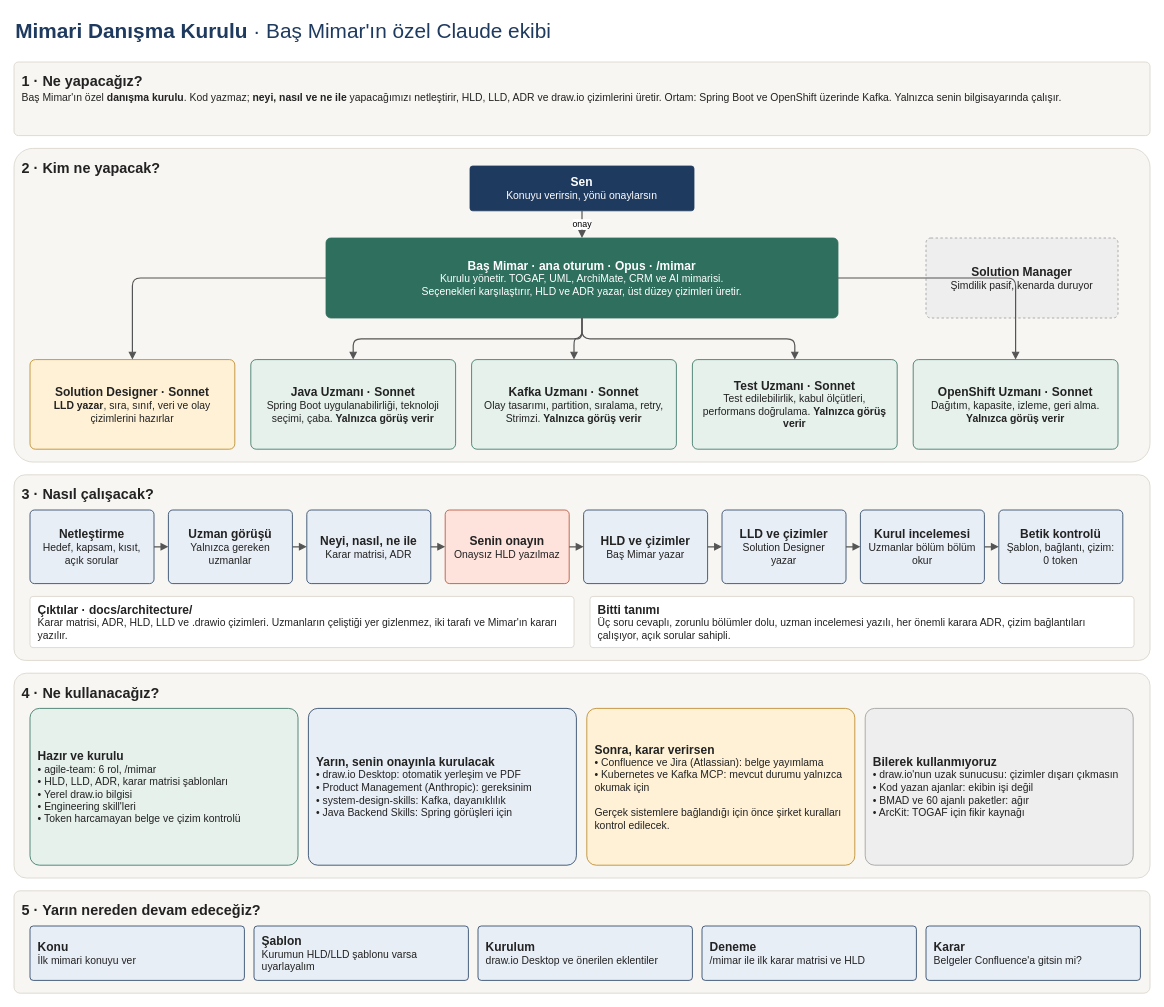
Before: docs/architecture/ekip-plani.drawio in TheNativeStranger/agile-team, a draw.io diagram. Source tidied: cells renumbered, new cells numbered last; positions are measured from the earlier drawing's top-left corner, leaving out a move shared by most shapes. Both pictures are drawn from the tidied source at 80%, with x=0, y=0 at pixel (14, 14).
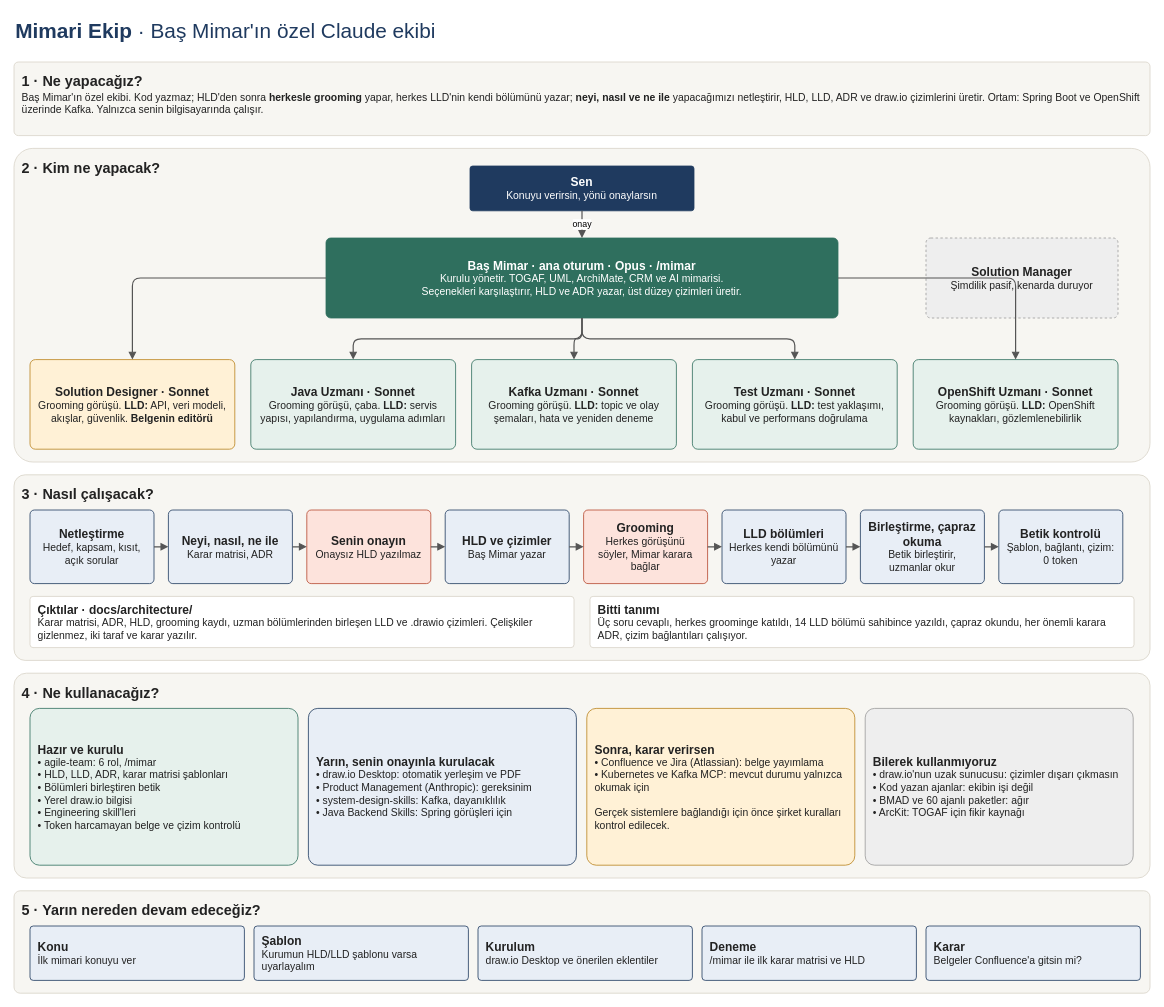
The same page after the edit.

Diff of the diagram source:
```diff
@@
-    <mxCell id="2" value="&lt;b&gt;Mimari Danışma Kurulu&lt;/b&gt; · Baş Mimar'ın özel Claude ekibi" style="text;html=1;fontSize=26;fontColor=#1f3a5f;align=left;verticalAlign=middle;" parent="1" vertex="1">
+    <mxCell id="2" value="&lt;b&gt;Mimari Ekip&lt;/b&gt; · Baş Mimar'ın özel Claude ekibi" style="text;html=1;fontSize=26;fontColor=#1f3a5f;align=left;verticalAlign=middle;" parent="1" vertex="1">
       <mxGeometry width="1200" height="44" as="geometry" />
     </mxCell>
-    <mxCell id="3" value="&lt;font style='font-size:18px'&gt;&lt;b&gt;1 · Ne yapacağız?&lt;/b&gt;&lt;/font&gt;&lt;br&gt;Baş Mimar'ın özel &lt;b&gt;danışma kurulu&lt;/b&gt;. Kod yazmaz; &lt;b&gt;neyi, nasıl ve ne ile&lt;/b&gt; yapacağımızı netleştirir, HLD, LLD, ADR ve draw.io çizimlerini üretir. Ortam: Spring Boot ve OpenShift üzerinde Kafka. Yalnızca senin bilgisayarında çalışır." style="rounded=1;arcSize=6;whiteSpace=wrap;html=1;fillColor=#f7f6f2;strokeColor=#d8d4c8;fontColor=#222222;fontSize=13;align=left;verticalAlign=top;spacing=10;" parent="1" vertex="1">
+    <mxCell id="3" value="&lt;font style='font-size:18px'&gt;&lt;b&gt;1 · Ne yapacağız?&lt;/b&gt;&lt;/font&gt;&lt;br&gt;Baş Mimar'ın özel ekibi. Kod yazmaz; HLD'den sonra &lt;b&gt;herkesle grooming&lt;/b&gt; yapar, herkes LLD'nin kendi bölümünü yazar; &lt;b&gt;neyi, nasıl ve ne ile&lt;/b&gt; yapacağımızı netleştirir, HLD, LLD, ADR ve draw.io çizimlerini üretir. Ortam: Spring Boot ve OpenShift üzerinde Kafka. Yalnızca senin bilgisayarında çalışır." style="rounded=1;arcSize=6;whiteSpace=wrap;html=1;fillColor=#f7f6f2;strokeColor=#d8d4c8;fontColor=#222222;fontSize=13;align=left;verticalAlign=top;spacing=10;" parent="1" vertex="1">
       <mxGeometry y="60" width="1420" height="92" as="geometry" />
     </mxCell>
@@
-    <mxCell id="8" value="&lt;font style='font-size:15px'&gt;&lt;b&gt;Solution Designer · Sonnet&lt;/b&gt;&lt;/font&gt;&lt;br&gt;&lt;b&gt;LLD yazar&lt;/b&gt;, sıra, sınıf, veri ve olay çizimlerini hazırlar" style="rounded=1;arcSize=6;whiteSpace=wrap;html=1;fillColor=#fff1d6;strokeColor=#b9831f;fontColor=#222222;fontSize=13;align=center;verticalAlign=middle;spacing=10;" parent="1" vertex="1">
+    <mxCell id="8" value="&lt;font style='font-size:15px'&gt;&lt;b&gt;Solution Designer · Sonnet&lt;/b&gt;&lt;/font&gt;&lt;br&gt;Grooming görüşü. &lt;b&gt;LLD:&lt;/b&gt; API, veri modeli, akışlar, güvenlik. &lt;b&gt;Belgenin editörü&lt;/b&gt;" style="rounded=1;arcSize=6;whiteSpace=wrap;html=1;fillColor=#fff1d6;strokeColor=#b9831f;fontColor=#222222;fontSize=13;align=center;verticalAlign=middle;spacing=10;" parent="1" vertex="1">
       <mxGeometry x="20" y="432" width="256" height="112" as="geometry" />
     </mxCell>
-    <mxCell id="9" value="&lt;font style='font-size:15px'&gt;&lt;b&gt;Java Uzmanı · Sonnet&lt;/b&gt;&lt;/font&gt;&lt;br&gt;Spring Boot uygulanabilirliği, teknoloji seçimi, çaba. &lt;b&gt;Yalnızca görüş verir&lt;/b&gt;" style="rounded=1;arcSize=6;whiteSpace=wrap;html=1;fillColor=#e6f1ec;strokeColor=#2f6f5e;fontColor=#222222;fontSize=13;align=center;verticalAlign=middle;spacing=10;" parent="1" vertex="1">
+    <mxCell id="9" value="&lt;font style='font-size:15px'&gt;&lt;b&gt;Java Uzmanı · Sonnet&lt;/b&gt;&lt;/font&gt;&lt;br&gt;Grooming görüşü, çaba. &lt;b&gt;LLD:&lt;/b&gt; servis yapısı, yapılandırma, uygulama adımları" style="rounded=1;arcSize=6;whiteSpace=wrap;html=1;fillColor=#e6f1ec;strokeColor=#2f6f5e;fontColor=#222222;fontSize=13;align=center;verticalAlign=middle;spacing=10;" parent="1" vertex="1">
       <mxGeometry x="296" y="432" width="256" height="112" as="geometry" />
     </mxCell>
-    <mxCell id="10" value="&lt;font style='font-size:15px'&gt;&lt;b&gt;Kafka Uzmanı · Sonnet&lt;/b&gt;&lt;/font&gt;&lt;br&gt;Olay tasarımı, partition, sıralama, retry, Strimzi. &lt;b&gt;Yalnızca görüş verir&lt;/b&gt;" style="rounded=1;arcSize=6;whiteSpace=wrap;html=1;fillColor=#e6f1ec;strokeColor=#2f6f5e;fontColor=#222222;fontSize=13;align=center;verticalAlign=middle;spacing=10;" parent="1" vertex="1">
+    <mxCell id="10" value="&lt;font style='font-size:15px'&gt;&lt;b&gt;Kafka Uzmanı · Sonnet&lt;/b&gt;&lt;/font&gt;&lt;br&gt;Grooming görüşü. &lt;b&gt;LLD:&lt;/b&gt; topic ve olay şemaları, hata ve yeniden deneme" style="rounded=1;arcSize=6;whiteSpace=wrap;html=1;fillColor=#e6f1ec;strokeColor=#2f6f5e;fontColor=#222222;fontSize=13;align=center;verticalAlign=middle;spacing=10;" parent="1" vertex="1">
       <mxGeometry x="572" y="432" width="256" height="112" as="geometry" />
     </mxCell>
-    <mxCell id="11" value="&lt;font style='font-size:15px'&gt;&lt;b&gt;Test Uzmanı · Sonnet&lt;/b&gt;&lt;/font&gt;&lt;br&gt;Test edilebilirlik, kabul ölçütleri, performans doğrulama. &lt;b&gt;Yalnızca görüş verir&lt;/b&gt;" style="rounded=1;arcSize=6;whiteSpace=wrap;html=1;fillColor=#e6f1ec;strokeColor=#2f6f5e;fontColor=#222222;fontSize=13;align=center;verticalAlign=middle;spacing=10;" parent="1" vertex="1">
+    <mxCell id="11" value="&lt;font style='font-size:15px'&gt;&lt;b&gt;Test Uzmanı · Sonnet&lt;/b&gt;&lt;/font&gt;&lt;br&gt;Grooming görüşü. &lt;b&gt;LLD:&lt;/b&gt; test yaklaşımı, kabul ve performans doğrulama" style="rounded=1;arcSize=6;whiteSpace=wrap;html=1;fillColor=#e6f1ec;strokeColor=#2f6f5e;fontColor=#222222;fontSize=13;align=center;verticalAlign=middle;spacing=10;" parent="1" vertex="1">
       <mxGeometry x="848" y="432" width="256" height="112" as="geometry" />
     </mxCell>
-    <mxCell id="12" value="&lt;font style='font-size:15px'&gt;&lt;b&gt;OpenShift Uzmanı · Sonnet&lt;/b&gt;&lt;/font&gt;&lt;br&gt;Dağıtım, kapasite, izleme, geri alma. &lt;b&gt;Yalnızca görüş verir&lt;/b&gt;" style="rounded=1;arcSize=6;whiteSpace=wrap;html=1;fillColor=#e6f1ec;strokeColor=#2f6f5e;fontColor=#222222;fontSize=13;align=center;verticalAlign=middle;spacing=10;" parent="1" vertex="1">
+    <mxCell id="12" value="&lt;font style='font-size:15px'&gt;&lt;b&gt;OpenShift Uzmanı · Sonnet&lt;/b&gt;&lt;/font&gt;&lt;br&gt;Grooming görüşü. &lt;b&gt;LLD:&lt;/b&gt; OpenShift kaynakları, gözlemlenebilirlik" style="rounded=1;arcSize=6;whiteSpace=wrap;html=1;fillColor=#e6f1ec;strokeColor=#2f6f5e;fontColor=#222222;fontSize=13;align=center;verticalAlign=middle;spacing=10;" parent="1" vertex="1">
       <mxGeometry x="1124" y="432" width="256" height="112" as="geometry" />
     </mxCell>
@@
-    <mxCell id="15" value="&lt;font style='font-size:15px'&gt;&lt;b&gt;Uzman görüşü&lt;/b&gt;&lt;/font&gt;&lt;br&gt;Yalnızca gereken uzmanlar" style="rounded=1;arcSize=6;whiteSpace=wrap;html=1;fillColor=#e8eef6;strokeColor=#1f3a5f;fontColor=#222222;fontSize=13;align=center;verticalAlign=middle;spacing=10;" parent="1" vertex="1">
+    <mxCell id="15" value="&lt;font style='font-size:15px'&gt;&lt;b&gt;Neyi, nasıl, ne ile&lt;/b&gt;&lt;/font&gt;&lt;br&gt;Karar matrisi, ADR" style="rounded=1;arcSize=6;whiteSpace=wrap;html=1;fillColor=#e8eef6;strokeColor=#1f3a5f;fontColor=#222222;fontSize=13;align=center;verticalAlign=middle;spacing=10;" parent="1" vertex="1">
       <mxGeometry x="193" y="620" width="155" height="92" as="geometry" />
     </mxCell>
-    <mxCell id="16" value="&lt;font style='font-size:15px'&gt;&lt;b&gt;Neyi, nasıl, ne ile&lt;/b&gt;&lt;/font&gt;&lt;br&gt;Karar matrisi, ADR" style="rounded=1;arcSize=6;whiteSpace=wrap;html=1;fillColor=#e8eef6;strokeColor=#1f3a5f;fontColor=#222222;fontSize=13;align=center;verticalAlign=middle;spacing=10;" parent="1" vertex="1">
+    <mxCell id="16" value="&lt;font style='font-size:15px'&gt;&lt;b&gt;Senin onayın&lt;/b&gt;&lt;/font&gt;&lt;br&gt;Onaysız HLD yazılmaz" style="rounded=1;arcSize=6;whiteSpace=wrap;html=1;fillColor=#fde3dc;strokeColor=#b5482f;fontColor=#222222;fontSize=13;align=center;verticalAlign=middle;spacing=10;" parent="1" vertex="1">
       <mxGeometry x="366" y="620" width="155" height="92" as="geometry" />
     </mxCell>
-    <mxCell id="17" value="&lt;font style='font-size:15px'&gt;&lt;b&gt;Senin onayın&lt;/b&gt;&lt;/font&gt;&lt;br&gt;Onaysız HLD yazılmaz" style="rounded=1;arcSize=6;whiteSpace=wrap;html=1;fillColor=#fde3dc;strokeColor=#b5482f;fontColor=#222222;fontSize=13;align=center;verticalAlign=middle;spacing=10;" parent="1" vertex="1">
+    <mxCell id="17" value="&lt;font style='font-size:15px'&gt;&lt;b&gt;HLD ve çizimler&lt;/b&gt;&lt;/font&gt;&lt;br&gt;Baş Mimar yazar" style="rounded=1;arcSize=6;whiteSpace=wrap;html=1;fillColor=#e8eef6;strokeColor=#1f3a5f;fontColor=#222222;fontSize=13;align=center;verticalAlign=middle;spacing=10;" parent="1" vertex="1">
       <mxGeometry x="539" y="620" width="155" height="92" as="geometry" />
     </mxCell>
-    <mxCell id="18" value="&lt;font style='font-size:15px'&gt;&lt;b&gt;HLD ve çizimler&lt;/b&gt;&lt;/font&gt;&lt;br&gt;Baş Mimar yazar" style="rounded=1;arcSize=6;whiteSpace=wrap;html=1;fillColor=#e8eef6;strokeColor=#1f3a5f;fontColor=#222222;fontSize=13;align=center;verticalAlign=middle;spacing=10;" parent="1" vertex="1">
+    <mxCell id="18" value="&lt;font style='font-size:15px'&gt;&lt;b&gt;Grooming&lt;/b&gt;&lt;/font&gt;&lt;br&gt;Herkes görüşünü söyler, Mimar karara bağlar" style="rounded=1;arcSize=6;whiteSpace=wrap;html=1;fillColor=#fde3dc;strokeColor=#b5482f;fontColor=#222222;fontSize=13;align=center;verticalAlign=middle;spacing=10;" parent="1" vertex="1">
       <mxGeometry x="712" y="620" width="155" height="92" as="geometry" />
     </mxCell>
-    <mxCell id="19" value="&lt;font style='font-size:15px'&gt;&lt;b&gt;LLD ve çizimler&lt;/b&gt;&lt;/font&gt;&lt;br&gt;Solution Designer yazar" style="rounded=1;arcSize=6;whiteSpace=wrap;html=1;fillColor=#e8eef6;strokeColor=#1f3a5f;fontColor=#222222;fontSize=13;align=center;verticalAlign=middle;spacing=10;" parent="1" vertex="1">
+    <mxCell id="19" value="&lt;font style='font-size:15px'&gt;&lt;b&gt;LLD bölümleri&lt;/b&gt;&lt;/font&gt;&lt;br&gt;Herkes kendi bölümünü yazar" style="rounded=1;arcSize=6;whiteSpace=wrap;html=1;fillColor=#e8eef6;strokeColor=#1f3a5f;fontColor=#222222;fontSize=13;align=center;verticalAlign=middle;spacing=10;" parent="1" vertex="1">
       <mxGeometry x="885" y="620" width="155" height="92" as="geometry" />
     </mxCell>
-    <mxCell id="20" value="&lt;font style='font-size:15px'&gt;&lt;b&gt;Kurul incelemesi&lt;/b&gt;&lt;/font&gt;&lt;br&gt;Uzmanlar bölüm bölüm okur" style="rounded=1;arcSize=6;whiteSpace=wrap;html=1;fillColor=#e8eef6;strokeColor=#1f3a5f;fontColor=#222222;fontSize=13;align=center;verticalAlign=middle;spacing=10;" parent="1" vertex="1">
+    <mxCell id="20" value="&lt;font style='font-size:15px'&gt;&lt;b&gt;Birleştirme, çapraz okuma&lt;/b&gt;&lt;/font&gt;&lt;br&gt;Betik birleştirir, uzmanlar okur" style="rounded=1;arcSize=6;whiteSpace=wrap;html=1;fillColor=#e8eef6;strokeColor=#1f3a5f;fontColor=#222222;fontSize=13;align=center;verticalAlign=middle;spacing=10;" parent="1" vertex="1">
       <mxGeometry x="1058" y="620" width="155" height="92" as="geometry" />
     </mxCell>
@@
-    <mxCell id="22" value="&lt;font style='font-size:15px'&gt;&lt;b&gt;Çıktılar · docs/architecture/&lt;/b&gt;&lt;/font&gt;&lt;br&gt;Karar matrisi, ADR, HLD, LLD ve .drawio çizimleri. Uzmanların çeliştiği yer gizlenmez, iki tarafı ve Mimar'ın kararı yazılır." style="rounded=1;arcSize=6;whiteSpace=wrap;html=1;fillColor=#ffffff;strokeColor=#d8d4c8;fontColor=#222222;fontSize=13;align=left;verticalAlign=middle;spacing=10;" parent="1" vertex="1">
+    <mxCell id="22" value="&lt;font style='font-size:15px'&gt;&lt;b&gt;Çıktılar · docs/architecture/&lt;/b&gt;&lt;/font&gt;&lt;br&gt;Karar matrisi, ADR, HLD, grooming kaydı, uzman bölümlerinden birleşen LLD ve .drawio çizimleri. Çelişkiler gizlenmez, iki taraf ve karar yazılır." style="rounded=1;arcSize=6;whiteSpace=wrap;html=1;fillColor=#ffffff;strokeColor=#d8d4c8;fontColor=#222222;fontSize=13;align=left;verticalAlign=middle;spacing=10;" parent="1" vertex="1">
       <mxGeometry x="20" y="728" width="680" height="64" as="geometry" />
     </mxCell>
-    <mxCell id="23" value="&lt;font style='font-size:15px'&gt;&lt;b&gt;Bitti tanımı&lt;/b&gt;&lt;/font&gt;&lt;br&gt;Üç soru cevaplı, zorunlu bölümler dolu, uzman incelemesi yazılı, her önemli karara ADR, çizim bağlantıları çalışıyor, açık sorular sahipli." style="rounded=1;arcSize=6;whiteSpace=wrap;html=1;fillColor=#ffffff;strokeColor=#d8d4c8;fontColor=#222222;fontSize=13;align=left;verticalAlign=middle;spacing=10;" parent="1" vertex="1">
+    <mxCell id="23" value="&lt;font style='font-size:15px'&gt;&lt;b&gt;Bitti tanımı&lt;/b&gt;&lt;/font&gt;&lt;br&gt;Üç soru cevaplı, herkes groominge katıldı, 14 LLD bölümü sahibince yazıldı, çapraz okundu, her önemli karara ADR, çizim bağlantıları çalışıyor." style="rounded=1;arcSize=6;whiteSpace=wrap;html=1;fillColor=#ffffff;strokeColor=#d8d4c8;fontColor=#222222;fontSize=13;align=left;verticalAlign=middle;spacing=10;" parent="1" vertex="1">
       <mxGeometry x="720" y="728" width="680" height="64" as="geometry" />
     </mxCell>
@@
-    <mxCell id="25" value="&lt;font style='font-size:15px'&gt;&lt;b&gt;Hazır ve kurulu&lt;/b&gt;&lt;/font&gt;&lt;br&gt;• agile-team: 6 rol, /mimar&lt;br&gt;• HLD, LLD, ADR, karar matrisi şablonları&lt;br&gt;• Yerel draw.io bilgisi&lt;br&gt;• Engineering skill'leri&lt;br&gt;• Token harcamayan belge ve çizim kontrolü" style="rounded=1;arcSize=6;whiteSpace=wrap;html=1;fillColor=#e6f1ec;strokeColor=#2f6f5e;fontColor=#222222;fontSize=13;align=left;verticalAlign=middle;spacing=10;" parent="1" vertex="1">
+    <mxCell id="25" value="&lt;font style='font-size:15px'&gt;&lt;b&gt;Hazır ve kurulu&lt;/b&gt;&lt;/font&gt;&lt;br&gt;• agile-team: 6 rol, /mimar&lt;br&gt;• HLD, LLD, ADR, karar matrisi şablonları&lt;br&gt;• Bölümleri birleştiren betik&lt;br&gt;• Yerel draw.io bilgisi&lt;br&gt;• Engineering skill'leri&lt;br&gt;• Token harcamayan belge ve çizim kontrolü" style="rounded=1;arcSize=6;whiteSpace=wrap;html=1;fillColor=#e6f1ec;strokeColor=#2f6f5e;fontColor=#222222;fontSize=13;align=left;verticalAlign=middle;spacing=10;" parent="1" vertex="1">
       <mxGeometry x="20" y="868" width="335" height="196" as="geometry" />
     </mxCell>
```
